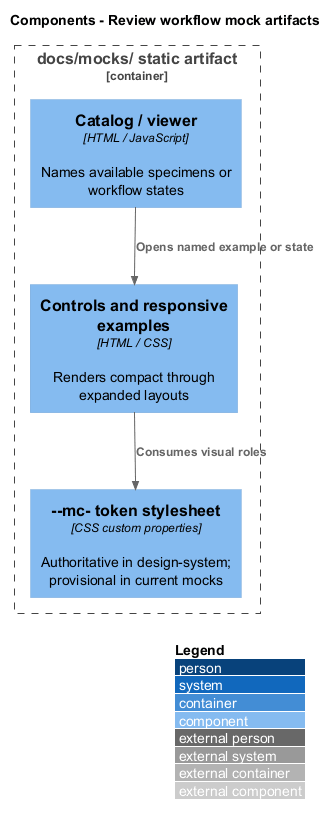
Earlier version of the PlantUML export docs/detailed-designs/artifacts/review-workflow-mocks/diagrams/c4-component.png (QuinntyneBrown/mission-control).
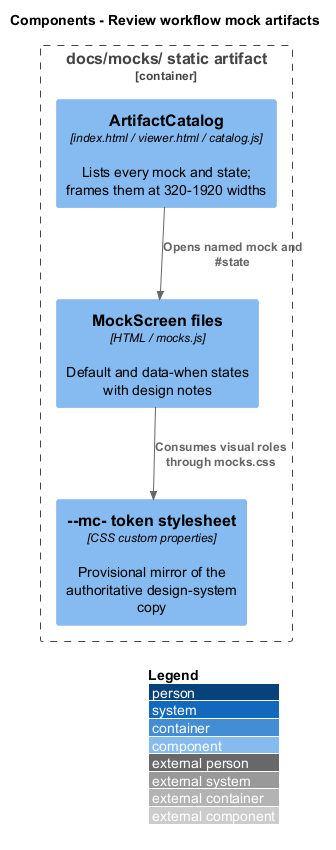
The same file after the commit.

The edit, as a diff of the source:
```diff
@@ -3,10 +3,10 @@
 LAYOUT_WITH_LEGEND()
 title Components - Review workflow mock artifacts
 Container_Boundary(site, "docs/mocks/ static artifact") {
-  Component(catalog, "Catalog / viewer", "HTML / JavaScript", "Names available specimens or workflow states")
-  Component(examples, "Controls and responsive examples", "HTML / CSS", "Renders compact through expanded layouts")
-  Component(tokens, "--mc- token stylesheet", "CSS custom properties", "Authoritative in design-system; provisional in current mocks")
+  Component(catalog, "ArtifactCatalog", "index.html / viewer.html / catalog.js", "Lists every mock and state; frames them at 320-1920 widths")
+  Component(examples, "MockScreen files", "HTML / mocks.js", "Default and data-when states with design notes")
+  Component(tokens, "--mc- token stylesheet", "CSS custom properties", "Provisional mirror of the authoritative design-system copy")
 }
-Rel(catalog, examples, "Opens named example or state")
-Rel(examples, tokens, "Consumes visual roles")
+Rel(catalog, examples, "Opens named mock and #state")
+Rel(examples, tokens, "Consumes visual roles through mocks.css")
 @enduml
```
